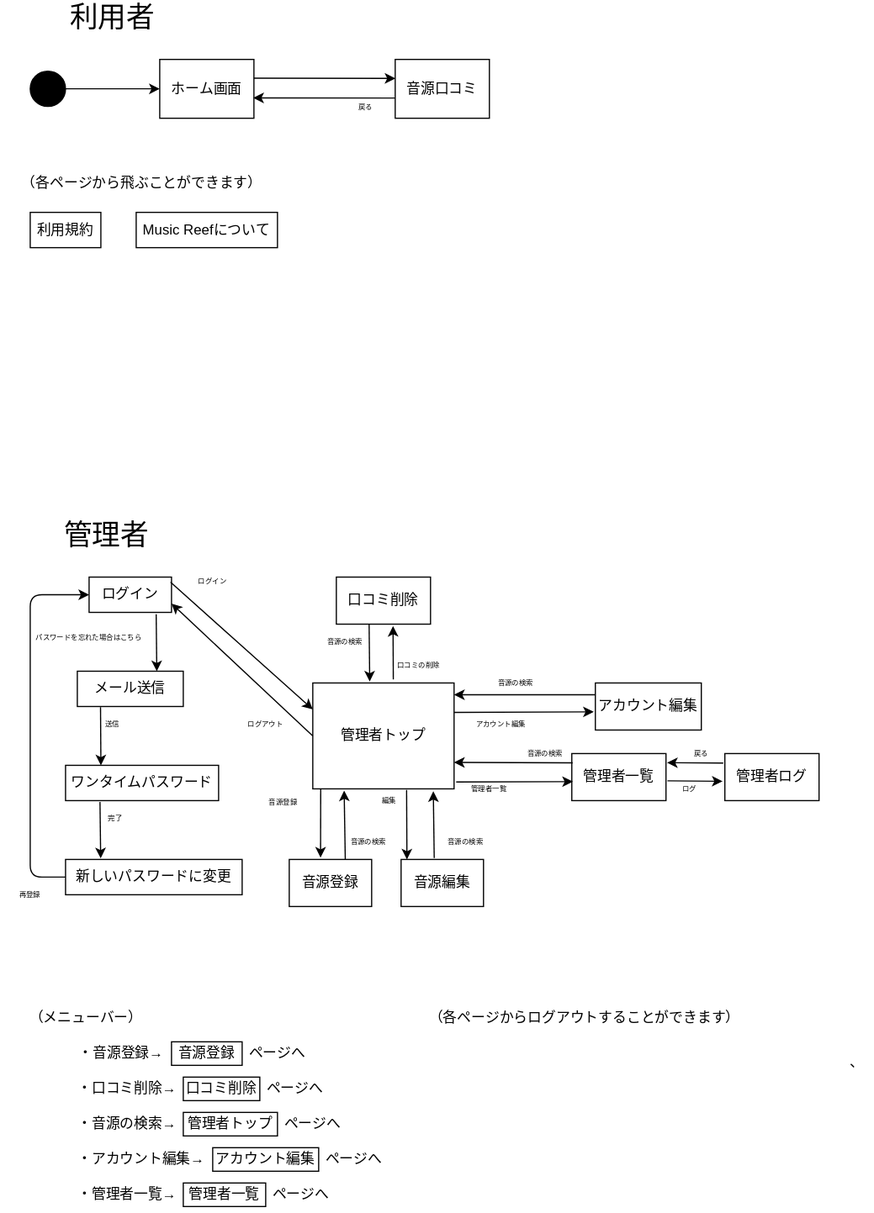
IshiYoshi765/uml-introduction keeps this draw.io diagram as ab.drawio.svg. Above is the earlier version. Source tidied: cells renumbered, new cells last; positions are measured from the earlier drawing's top-left corner, leaving out a move shared by most shapes.
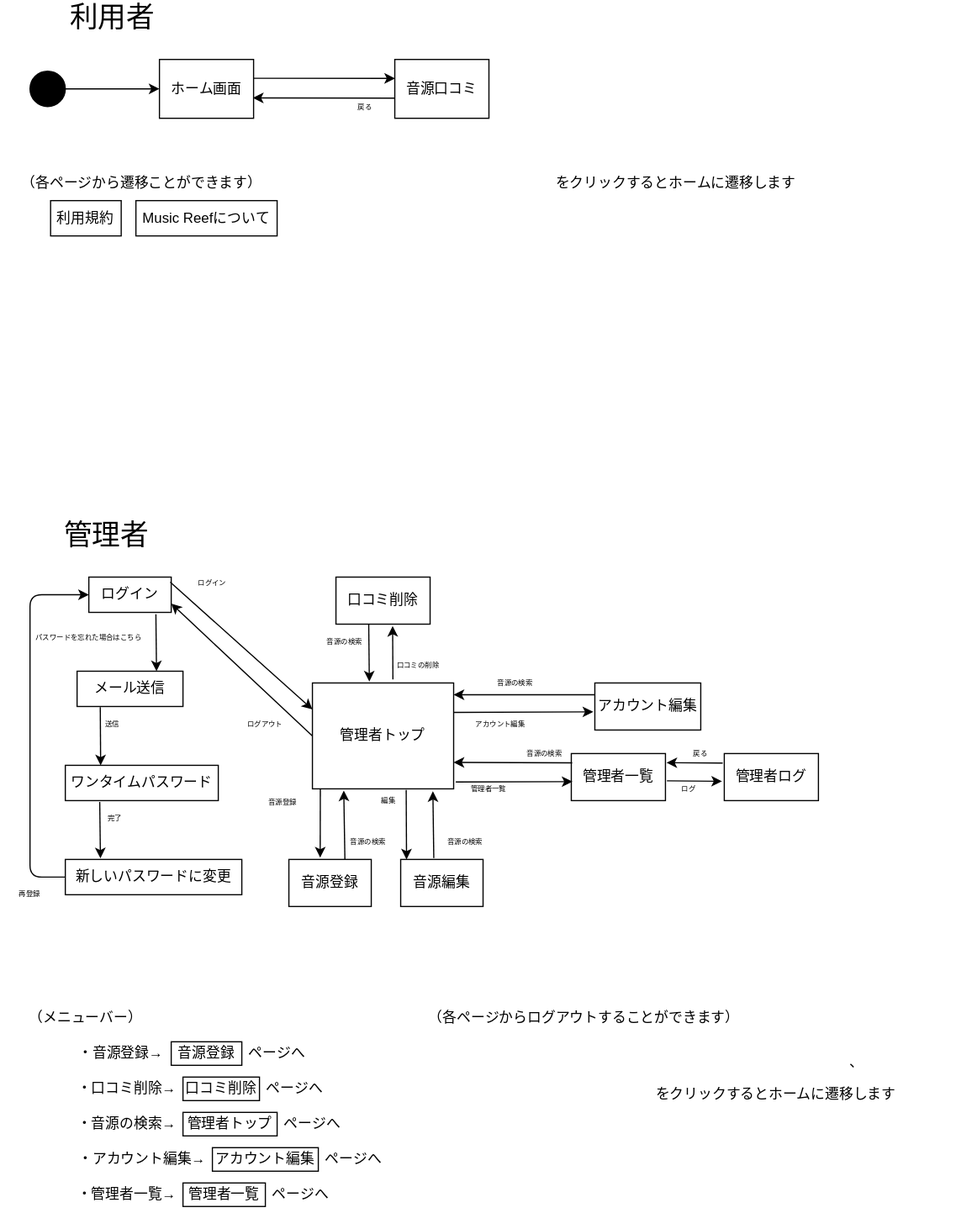
Above is the later version.

What changed in the source:
```diff
@@ -15,12 +15,12 @@
       <mxGeometry x="25" y="60" width="30" height="30" as="geometry" />
     </mxCell>
     <mxCell id="6" value="利用規約" style="rounded=0;whiteSpace=wrap;html=1;strokeColor=#000000;fillColor=#FFFFFF;" parent="1" vertex="1">
-      <mxGeometry x="25" y="180" width="60" height="30" as="geometry" />
+      <mxGeometry x="42.5" y="170" width="60" height="30" as="geometry" />
     </mxCell>
     <mxCell id="7" value="Music Reefについて" style="rounded=0;whiteSpace=wrap;html=1;strokeColor=#000000;fillColor=#FFFFFF;" parent="1" vertex="1">
-      <mxGeometry x="115" y="180" width="120" height="30" as="geometry" />
+      <mxGeometry x="115" y="170" width="120" height="30" as="geometry" />
     </mxCell>
-    <mxCell id="8" value="（各ページから飛ぶことができます）" style="text;html=1;strokeColor=none;fillColor=none;align=center;verticalAlign=middle;whiteSpace=wrap;rounded=0;" parent="1" vertex="1">
+    <mxCell id="8" value="（各ページから遷移ことができます）" style="text;html=1;strokeColor=none;fillColor=none;align=center;verticalAlign=middle;whiteSpace=wrap;rounded=0;" parent="1" vertex="1">
       <mxGeometry x="15" y="140" width="210" height="30" as="geometry" />
     </mxCell>
     <mxCell id="9" value="&lt;font style=&quot;font-size: 24px;&quot;&gt;利用者&lt;/font&gt;" style="text;html=1;strokeColor=none;fillColor=none;align=center;verticalAlign=middle;whiteSpace=wrap;rounded=0;" parent="1" vertex="1">
@@ -244,5 +244,11 @@
     <mxCell id="78" value="（各ページからログアウトすることができます）" style="text;html=1;strokeColor=none;fillColor=none;align=center;verticalAlign=middle;whiteSpace=wrap;rounded=0;fontSize=12;" parent="1" vertex="1">
       <mxGeometry x="350" y="850" width="292" height="30" as="geometry" />
     </mxCell>
+    <mxCell id="79" value="をクリックするとホームに遷移します" style="text;html=1;strokeColor=none;fillColor=none;align=center;verticalAlign=middle;whiteSpace=wrap;rounded=0;" parent="1" vertex="1">
+      <mxGeometry x="408" y="140" width="332" height="30" as="geometry" />
+    </mxCell>
+    <mxCell id="80" value="をクリックするとホームに遷移します" style="text;html=1;strokeColor=none;fillColor=none;align=center;verticalAlign=middle;whiteSpace=wrap;rounded=0;" parent="1" vertex="1">
+      <mxGeometry x="493" y="915" width="332" height="30" as="geometry" />
+    </mxCell>
   </root>
 </mxGraphModel>
```
